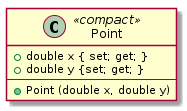
Before: report/figures/design/class/core/point.png, a diagram exported from PlantUML (geoffjay/comp8506-docs). Source of this version:
```plantuml
@startuml
class Point <<compact>> {
    +double x { set; get; }
    +double y {set; get; }
    ----
    +Point (double x, double y)
}
@enduml
```
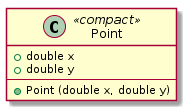
Later version of the same file.

Diff of the diagram source:
```diff
@@ -1,7 +1,7 @@
 @startuml
 class Point <<compact>> {
-    +double x { set; get; }
-    +double y {set; get; }
+    +double x
+    +double y
     ----
     +Point (double x, double y)
 }
```
